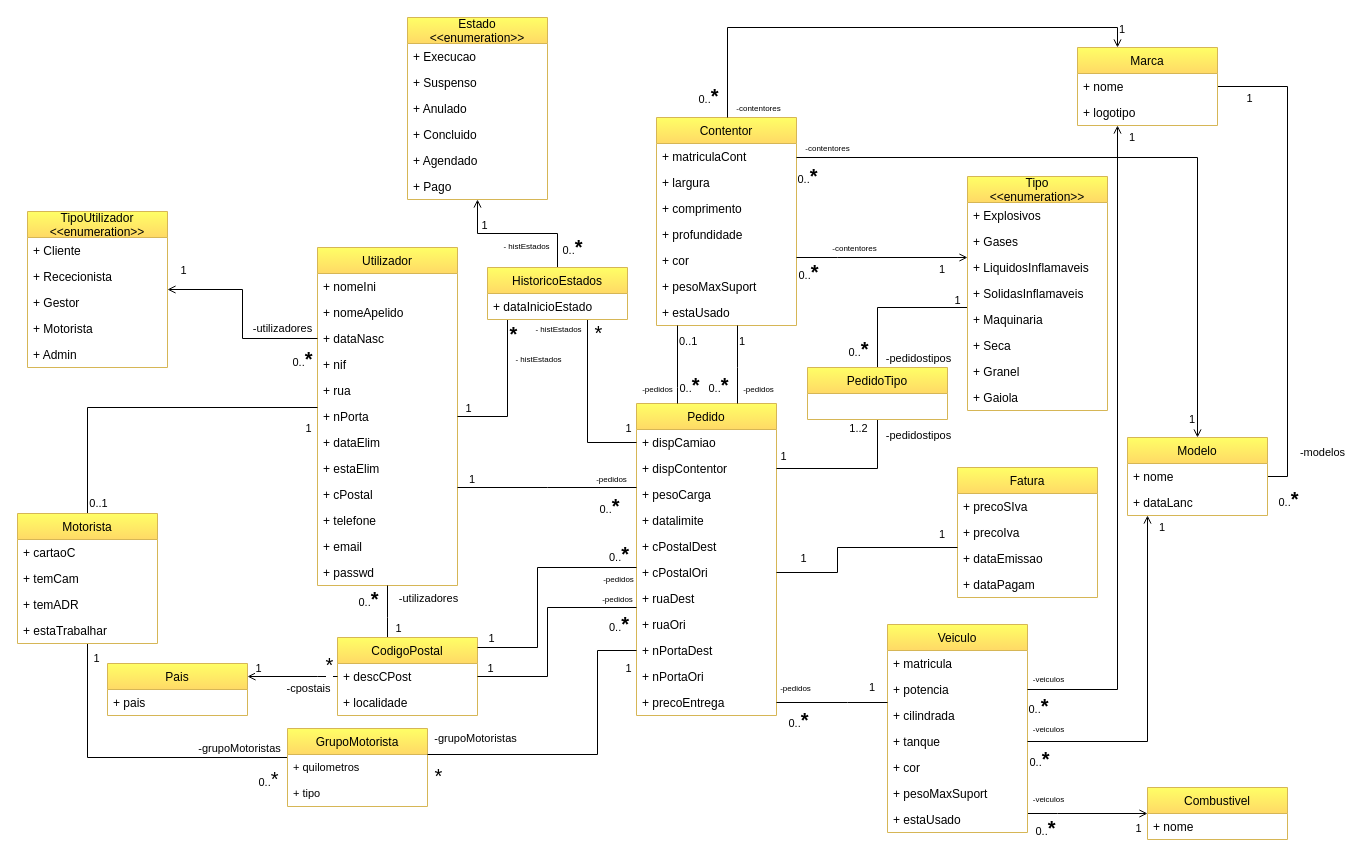
This is page "Modelo de Domínio" (2 of 8) of Trab.drawio from Team-Work-Forever/ReiPort-Enterprise, a draw.io file, before an edit. Source tidied: cells renumbered, new cells numbered last; positions are measured from the earlier drawing's top-left corner, leaving out a move shared by most shapes. Both pictures are drawn from the tidied source at 100%, with x=0, y=0 at pixel (17, 17).
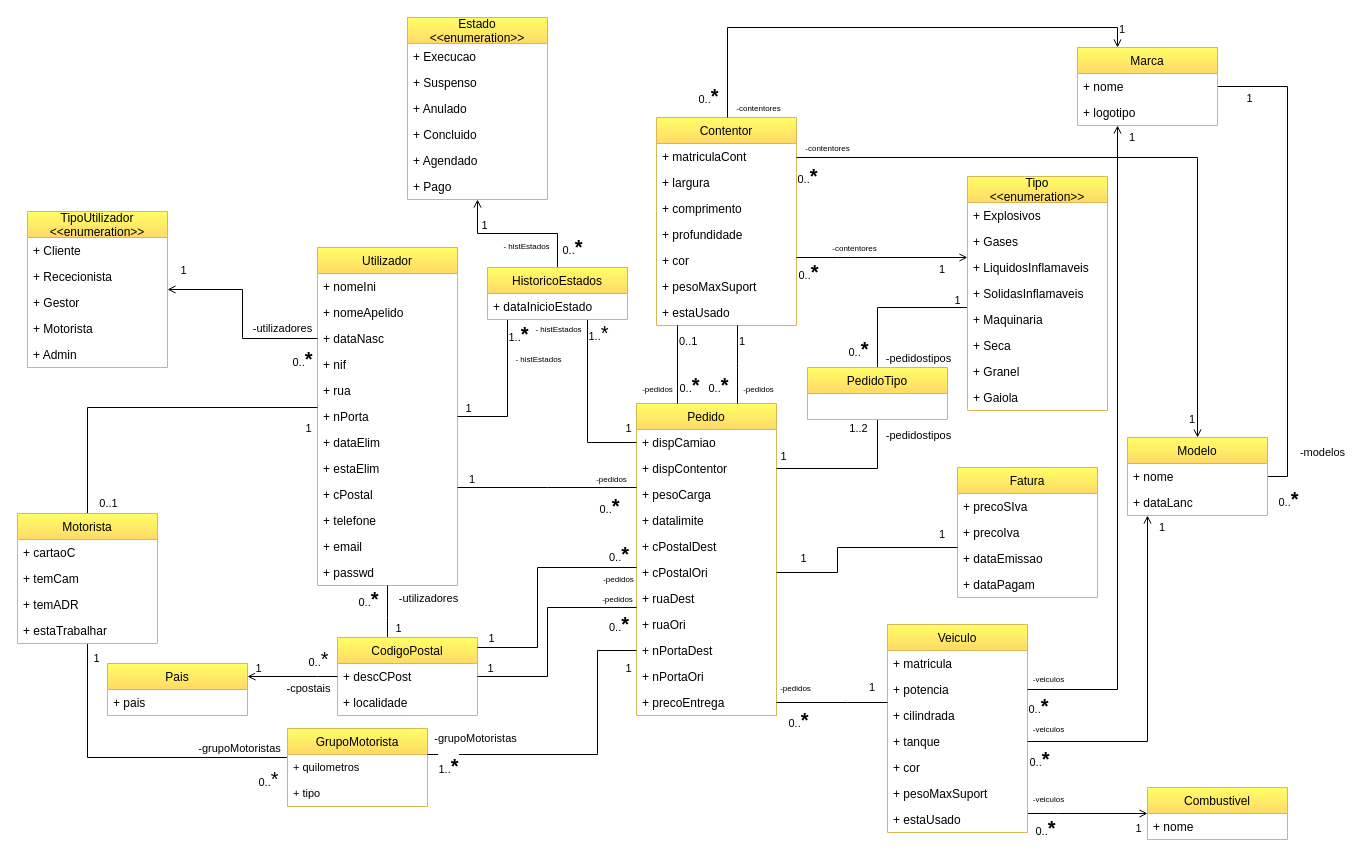
Above is the later version.

Unchanged cells that the change refers to:
```xml
<mxCell id="101" style="endArrow=none;endFill=0;html=1;edgeStyle=orthogonalEdgeStyle;align=left;verticalAlign=top;rounded=0;shadow=0;sketch=0;fontColor=#000000;" parent="1" edge="1" source="81" target="35">
  <mxGeometry x="-1" relative="1" as="geometry">
    <Array as="points">
      <mxPoint x="580" y="633" />
      <mxPoint x="580" y="737" />
    </Array>
  </mxGeometry>
</mxCell>
<mxCell id="126" style="edgeStyle=orthogonalEdgeStyle;rounded=0;jettySize=auto;html=1;startArrow=none;startFill=0;endArrow=none;endFill=0;fontColor=#000000;" parent="1" edge="1" source="134" target="73">
  <mxGeometry relative="1" as="geometry">
    <Array as="points">
      <mxPoint x="570" y="425" />
    </Array>
  </mxGeometry>
</mxCell>
<mxCell id="130" style="edgeStyle=orthogonalEdgeStyle;rounded=0;jettySize=auto;html=1;fontSize=11;endArrow=none;endFill=0;fontColor=#000000;" parent="1" edge="1" source="134" target="2">
  <mxGeometry relative="1" as="geometry">
    <Array as="points">
      <mxPoint x="490" y="399" />
    </Array>
  </mxGeometry>
</mxCell>
<mxCell id="162" style="edgeStyle=orthogonalEdgeStyle;rounded=0;jettySize=auto;html=1;fontSize=11;endArrow=none;endFill=0;fontColor=#000000;" parent="1" edge="1" source="165" target="8">
  <mxGeometry relative="1" as="geometry">
    <Array as="points">
      <mxPoint x="70" y="390" />
    </Array>
  </mxGeometry>
</mxCell>
<mxCell id="187" style="edgeStyle=orthogonalEdgeStyle;rounded=0;jettySize=auto;html=1;fontSize=11;fontColor=#000000;endArrow=none;endFill=0;startArrow=open;startFill=0;" parent="1" edge="1" source="191" target="115">
  <mxGeometry relative="1" as="geometry">
    <Array as="points">
      <mxPoint x="300" y="659" />
      <mxPoint x="300" y="659" />
    </Array>
  </mxGeometry>
</mxCell>
```

What changed in the source:
```diff
@@
-    <mxCell id="102" value="&lt;div style=&quot;text-align: right;&quot;&gt;&lt;span style=&quot;font-weight: 400;&quot;&gt;*&lt;/span&gt;&lt;/div&gt;" style="edgeLabel;html=1;align=center;verticalAlign=top;fontStyle=1;labelPosition=center;verticalLabelPosition=bottom;fontSize=20;fontColor=#000000;" parent="101" vertex="1">
+    <mxCell id="102" value="&lt;div style=&quot;text-align: right;&quot;&gt;&lt;font style=&quot;border-color: var(--border-color); font-size: 11px; font-weight: 400; text-align: center;&quot;&gt;1..&lt;/font&gt;*&lt;br&gt;&lt;/div&gt;" style="edgeLabel;html=1;align=center;verticalAlign=top;fontStyle=1;labelPosition=center;verticalLabelPosition=bottom;fontSize=20;fontColor=#000000;" parent="101" vertex="1">
       <mxGeometry x="0.6" y="-2" relative="1" as="geometry">
-        <mxPoint x="-53" y="5" as="offset" />
+        <mxPoint x="-43" y="-5" as="offset" />
       </mxGeometry>
     </mxCell>
@@
-    <mxCell id="127" value="*" style="edgeLabel;html=1;align=center;verticalAlign=middle;fontSize=20;fontColor=#000000;" parent="126" vertex="1">
+    <mxCell id="127" value="&lt;font style=&quot;border-color: var(--border-color); font-size: 11px;&quot;&gt;1..&lt;/font&gt;*" style="edgeLabel;html=1;align=center;verticalAlign=middle;fontSize=20;fontColor=#000000;" parent="126" vertex="1">
       <mxGeometry x="-0.63" y="-1" relative="1" as="geometry">
         <mxPoint x="11" y="-20" as="offset" />
       </mxGeometry>
     </mxCell>
@@
-    <mxCell id="131" value="&lt;span style=&quot;font-size: 20px; font-weight: 700;&quot;&gt;*&lt;/span&gt;" style="edgeLabel;html=1;align=center;verticalAlign=middle;fontSize=11;fontColor=#000000;" parent="130" vertex="1">
+    <mxCell id="131" value="&lt;font style=&quot;font-size: 11px;&quot;&gt;1..&lt;/font&gt;&lt;span style=&quot;font-size: 20px; font-weight: 700;&quot;&gt;*&lt;/span&gt;" style="edgeLabel;html=1;align=center;verticalAlign=middle;fontSize=11;fontColor=#000000;" parent="130" vertex="1">
       <mxGeometry x="-0.76" relative="1" as="geometry">
-        <mxPoint x="5" y="-5" as="offset" />
+        <mxPoint x="10" y="-5" as="offset" />
       </mxGeometry>
     </mxCell>
@@
     <mxCell id="163" value="0..1" style="edgeLabel;html=1;align=center;verticalAlign=middle;fontSize=11;fontColor=#000000;" parent="162" vertex="1">
       <mxGeometry x="-0.8" y="-2" relative="1" as="geometry">
-        <mxPoint x="8" y="23" as="offset" />
+        <mxPoint x="18" y="23" as="offset" />
       </mxGeometry>
     </mxCell>
@@
-    <mxCell id="188" value="&lt;span style=&quot;font-size: 20px; text-align: right;&quot;&gt;*&lt;/span&gt;" style="edgeLabel;html=1;align=center;verticalAlign=middle;fontSize=11;fontColor=#000000;" parent="187" vertex="1">
+    <mxCell id="188" value="&lt;font style=&quot;border-color: var(--border-color); text-align: right;&quot;&gt;0..&lt;/font&gt;&lt;font style=&quot;font-size: 20px;&quot;&gt;*&lt;/font&gt;" style="edgeLabel;html=1;align=center;verticalAlign=middle;fontSize=11;fontColor=#000000;" parent="187" vertex="1">
       <mxGeometry x="0.28" relative="1" as="geometry">
-        <mxPoint x="23" y="-13" as="offset" />
+        <mxPoint x="12" y="-19" as="offset" />
       </mxGeometry>
     </mxCell>
```
